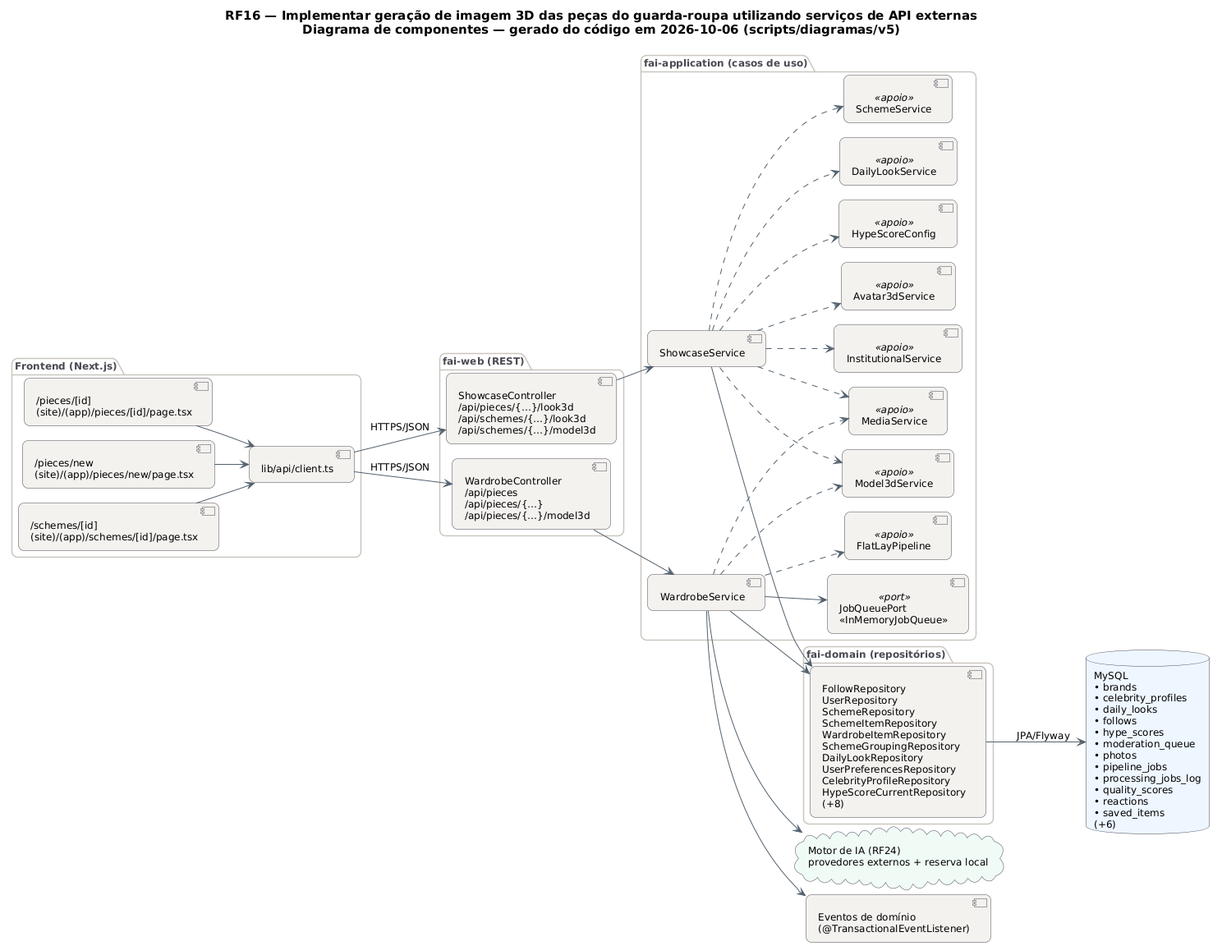
Before: docs/diagramas/RF16/RF16_Componentes.png, a diagram exported from PlantUML (MatheusHaliski/tcc-2026-fashion-ai-backend).
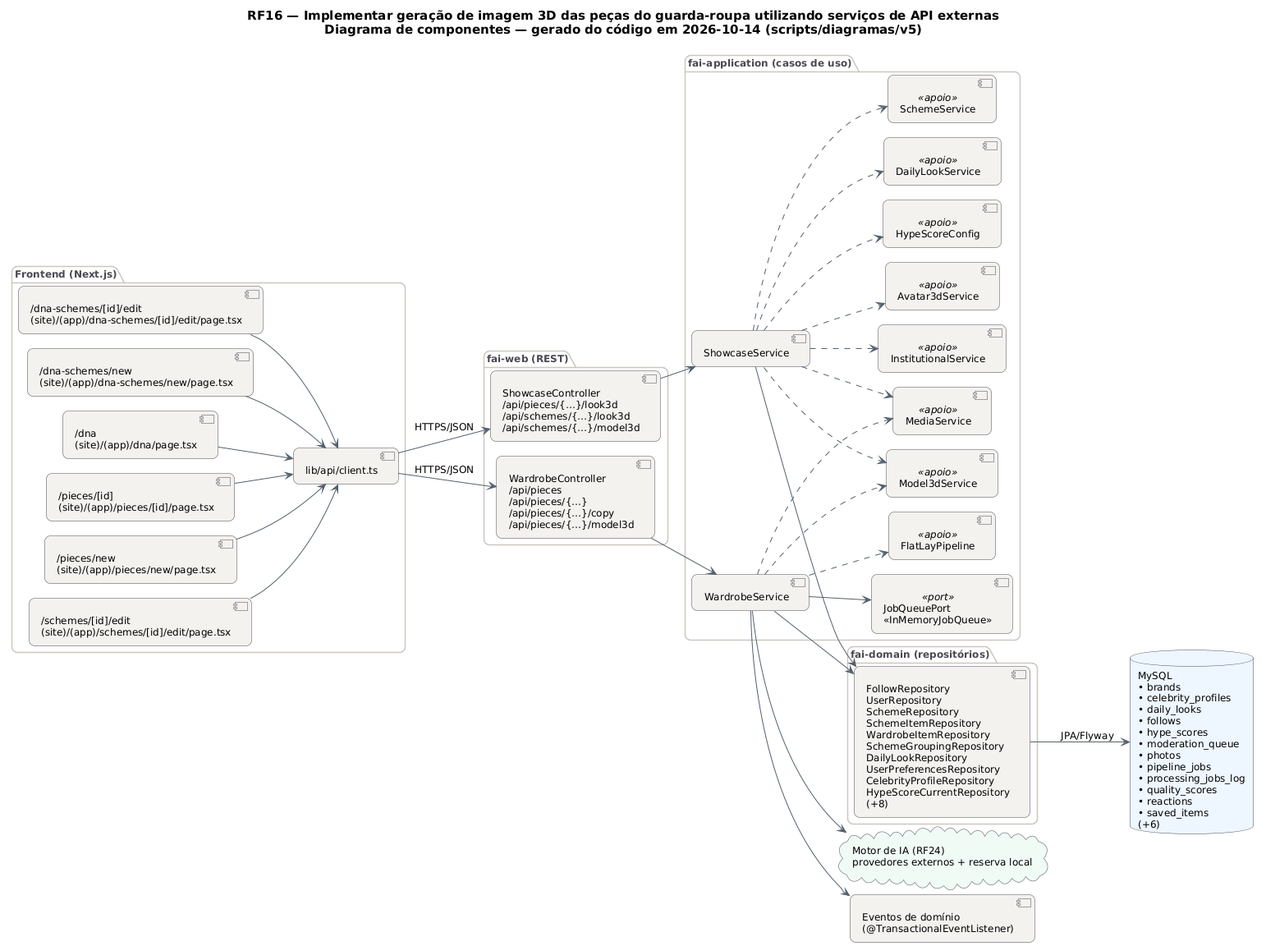
The same diagram one commit later.

What changed in the source:
```diff
@@ -29,17 +29,20 @@
   BorderColor #4A4852
 }
 left to right direction
-title RF16 — Implementar geração de imagem 3D das peças do guarda-roupa utilizando serviços de API externas\nDiagrama de componentes — gerado do código em 2026-10-06 (scripts/diagramas/v5)
+title RF16 — Implementar geração de imagem 3D das peças do guarda-roupa utilizando serviços de API externas\nDiagrama de componentes — gerado do código em 2026-10-14 (scripts/diagramas/v5)
 
 package "Frontend (Next.js)" {
-  component "/pieces/[id]\n(site)/(app)/pieces/[id]/page.tsx" as FE0
-  component "/pieces/new\n(site)/(app)/pieces/new/page.tsx" as FE1
-  component "/schemes/[id]\n(site)/(app)/schemes/[id]/page.tsx" as FE2
+  component "/dna-schemes/[id]/edit\n(site)/(app)/dna-schemes/[id]/edit/page.tsx" as FE0
+  component "/dna-schemes/new\n(site)/(app)/dna-schemes/new/page.tsx" as FE1
+  component "/dna\n(site)/(app)/dna/page.tsx" as FE2
+  component "/pieces/[id]\n(site)/(app)/pieces/[id]/page.tsx" as FE3
+  component "/pieces/new\n(site)/(app)/pieces/new/page.tsx" as FE4
+  component "/schemes/[id]/edit\n(site)/(app)/schemes/[id]/edit/page.tsx" as FE5
   component "lib/api/client.ts" as APIC
 }
 package "fai-web (REST)" {
   component "ShowcaseController\n/api/pieces/{…}/look3d\n/api/schemes/{…}/look3d\n/api/schemes/{…}/model3d" as ShowcaseController
-  component "WardrobeController\n/api/pieces\n/api/pieces/{…}\n/api/pieces/{…}/model3d" as WardrobeController
+  component "WardrobeController\n/api/pieces\n/api/pieces/{…}\n/api/pieces/{…}/copy\n/api/pieces/{…}/model3d" as WardrobeController
 }
 package "fai-application (casos de uso)" {
   component "ShowcaseService" as ShowcaseService
@@ -65,6 +68,9 @@
 FE0 --> APIC
 FE1 --> APIC
 FE2 --> APIC
+FE3 --> APIC
+FE4 --> APIC
+FE5 --> APIC
 REPO_MySQL --> DB_MySQL : JPA/Flyway
 ShowcaseController --> ShowcaseService
 ShowcaseService --> REPO_MySQL
```
